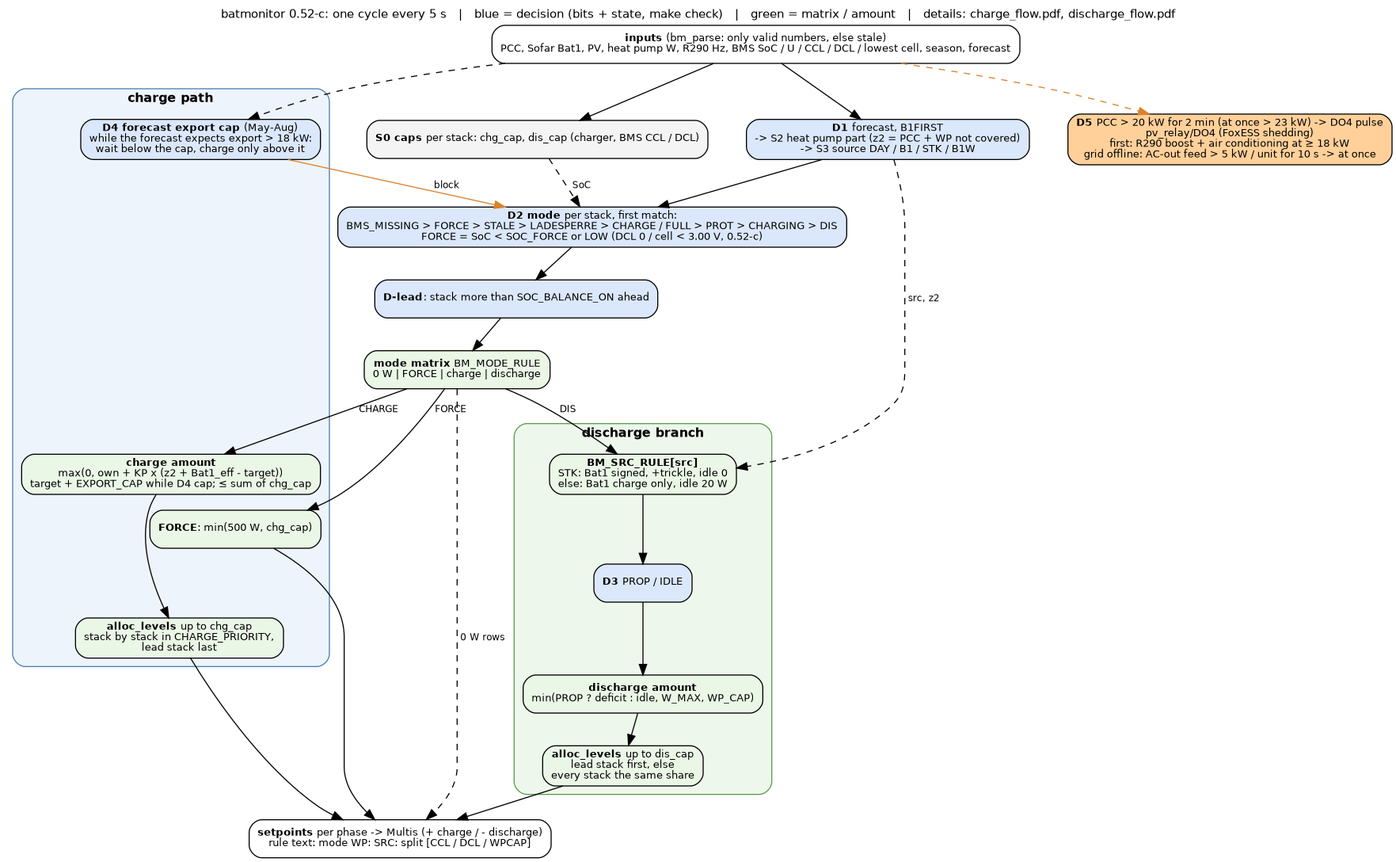
The Graphviz diagram docs/control_flow.png in gerontec/victron, before a commit. Its source is kept beside it as docs/control_flow.dot.
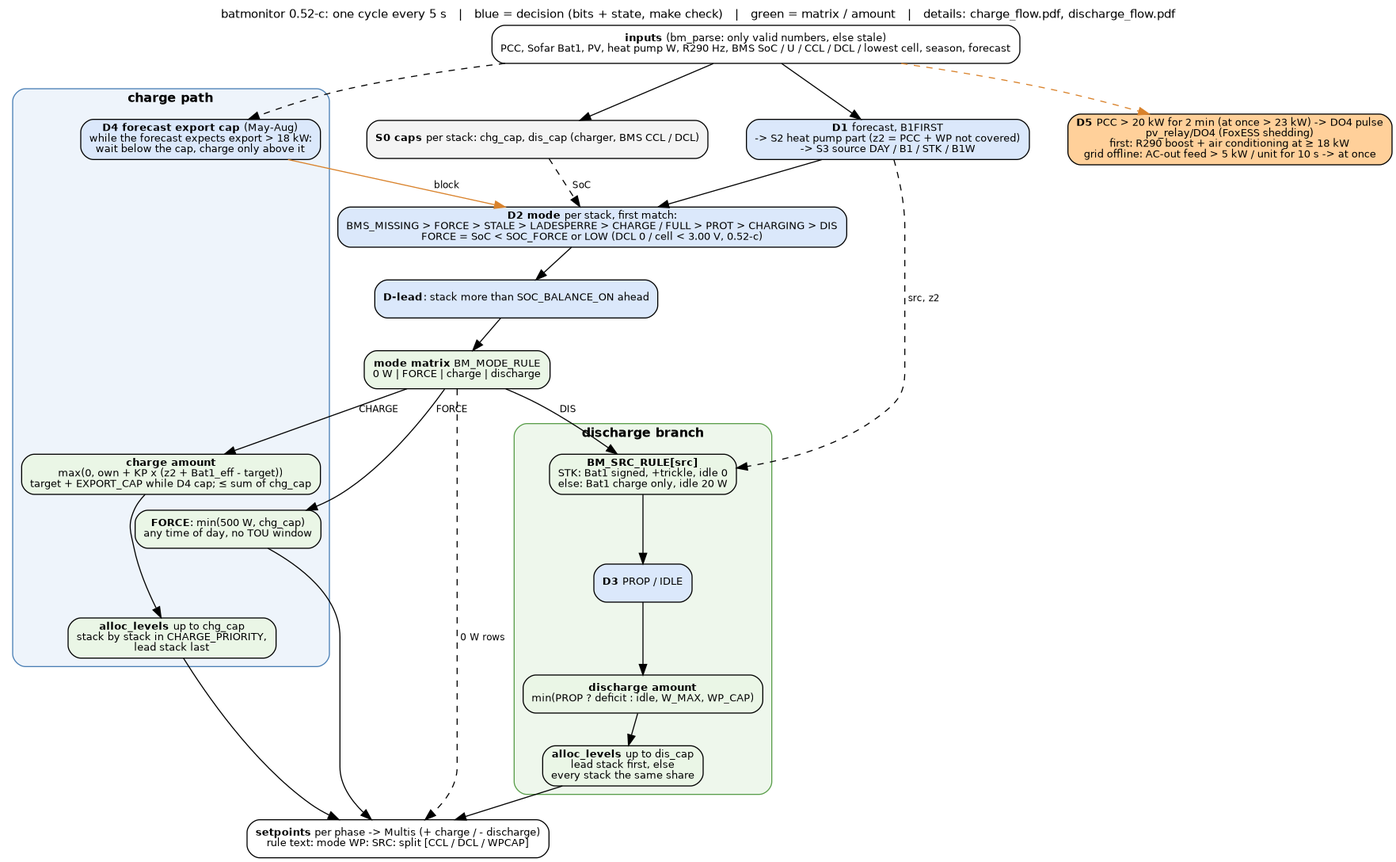
After the change.

Commit message:
dbus-ebox-battery 1.4: forced grid charge (ChargeRequest) at any time, the 11-13 h window removed; charts redrawn

Change to the diagram source:
```diff
@@ -15,7 +15,7 @@
 	subgraph cluster_charge {
 		label=<<b>charge path</b>>; style="rounded,filled"; fillcolor="#eef4fb"; color="#4a7fb5"; fontsize=12;
 		d4 [label=<<b>D4 forecast export cap</b> (May-Aug)<br/>while the forecast expects export &gt; 18 kW:<br/>wait below the cap, charge only above it>, fillcolor="#dbe8fb"];
-		cforce [label=<<b>FORCE</b>: min(500 W, chg_cap)>, fillcolor="#eaf6e6"];
+		cforce [label=<<b>FORCE</b>: min(500 W, chg_cap)<br/>any time of day, no TOU window>, fillcolor="#eaf6e6"];
 		camount [label=<<b>charge amount</b><br/>max(0, own + KP x (z2 + Bat1_eff - target))<br/>target + EXPORT_CAP while D4 cap; &le; sum of chg_cap>, fillcolor="#eaf6e6"];
 		csplit [label=<<b>alloc_levels</b> up to chg_cap<br/>stack by stack in CHARGE_PRIORITY,<br/>lead stack last>, fillcolor="#eaf6e6"];
 		camount -> csplit;
```
